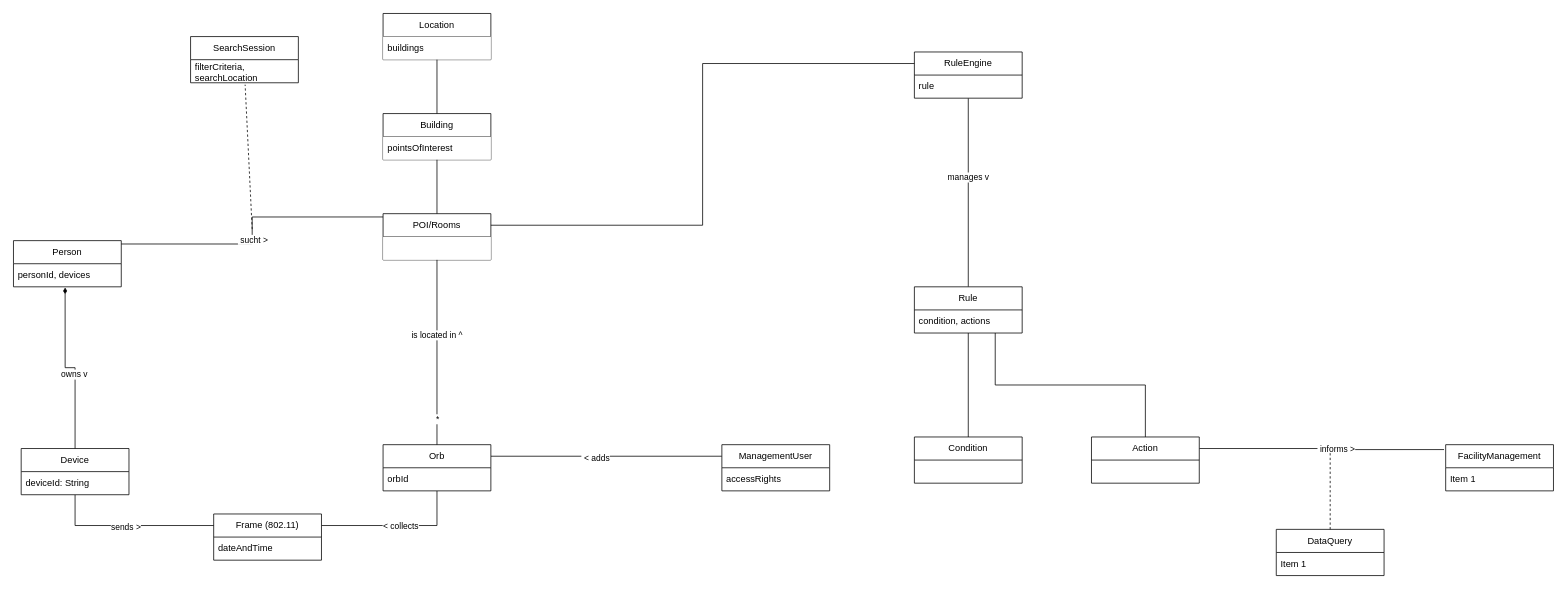
The draw.io diagram PM3_domain_model.drawio in phyllomenous/PM3_DomainModel, before the edit. Source tidied: cells renumbered, new cells numbered last; positions are measured from the earlier drawing's top-left corner, leaving out a move shared by most shapes. Both pictures are drawn from the tidied source at 77%, with x=0, y=0 at pixel (13, 13).
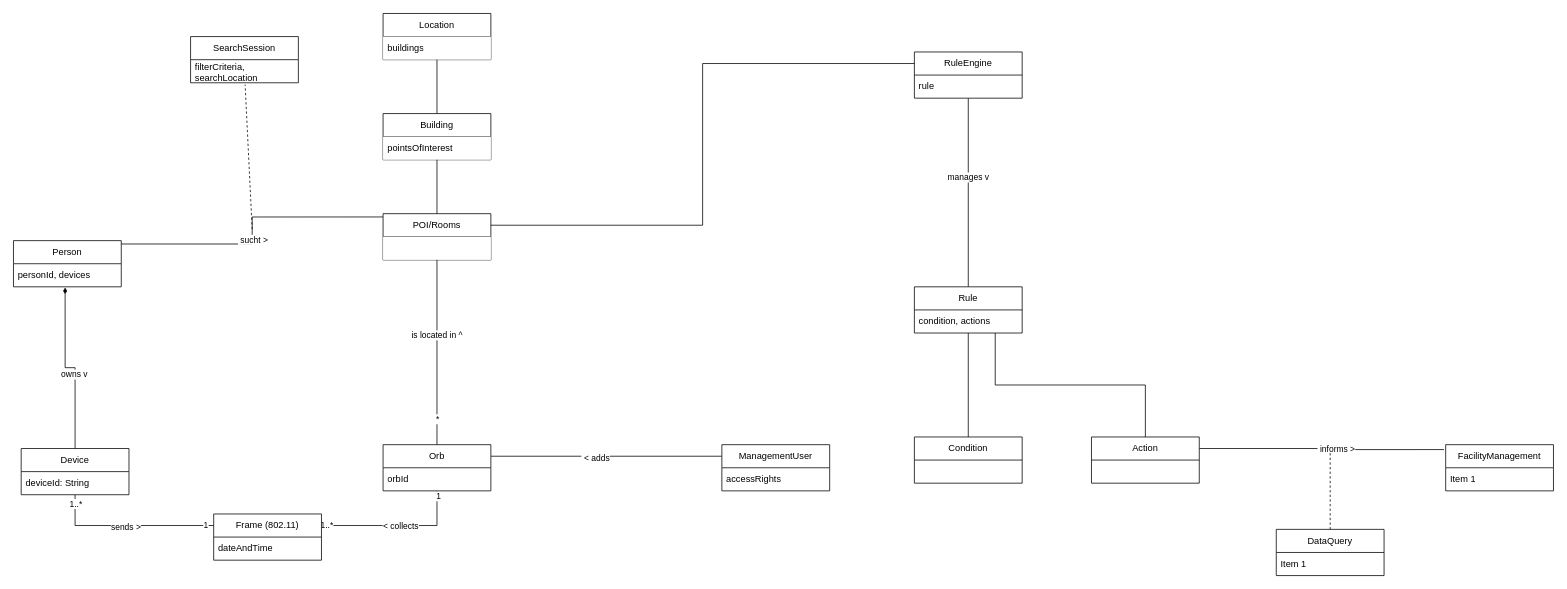
The same page after the edit.

The change refers to these unchanged cells:
```xml
<mxCell id="12" style="edgeStyle=orthogonalEdgeStyle;rounded=0;jettySize=auto;html=1;exitX=0.5;exitY=1;exitDx=0;exitDy=0;entryX=1;entryY=0.25;entryDx=0;entryDy=0;endArrow=none;endFill=0;" parent="1" edge="1" source="14" target="21">
  <mxGeometry relative="1" as="geometry" />
</mxCell>
<mxCell id="28" style="edgeStyle=orthogonalEdgeStyle;rounded=0;jettySize=auto;html=1;exitX=0.5;exitY=1;exitDx=0;exitDy=0;entryX=0;entryY=0.25;entryDx=0;entryDy=0;endArrow=none;endFill=0;" parent="1" edge="1" source="30" target="21">
  <mxGeometry relative="1" as="geometry" />
</mxCell>
```

Diff of the diagram source:
```diff
@@
+    <mxCell id="54" value="1" style="edgeLabel;html=1;align=center;verticalAlign=middle;" parent="12" vertex="1">
+      <mxGeometry x="-0.94" y="1" relative="1" as="geometry" />
+    </mxCell>
+    <mxCell id="55" value="1..*" style="edgeLabel;html=1;align=center;verticalAlign=middle;" parent="12" vertex="1">
+      <mxGeometry x="0.94" y="-1" relative="1" as="geometry" />
+    </mxCell>
@@
+    <mxCell id="56" value="1..*&lt;br&gt;" style="edgeLabel;html=1;align=center;verticalAlign=middle;" parent="28" vertex="1">
+      <mxGeometry x="-0.9" relative="1" as="geometry" />
+    </mxCell>
+    <mxCell id="57" value="1" style="edgeLabel;html=1;align=center;verticalAlign=middle;" parent="28" vertex="1">
+      <mxGeometry x="0.9" y="1" relative="1" as="geometry" />
+    </mxCell>
```
